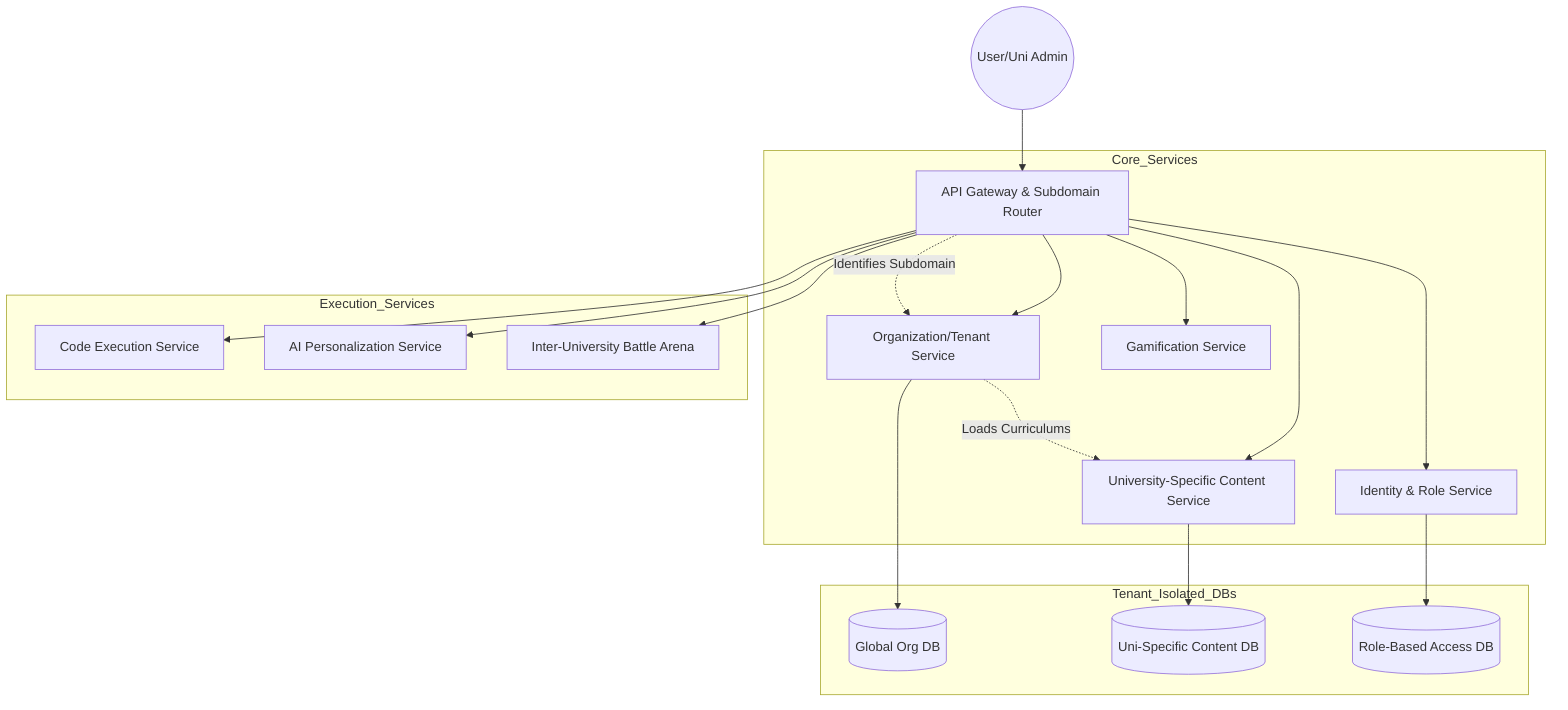
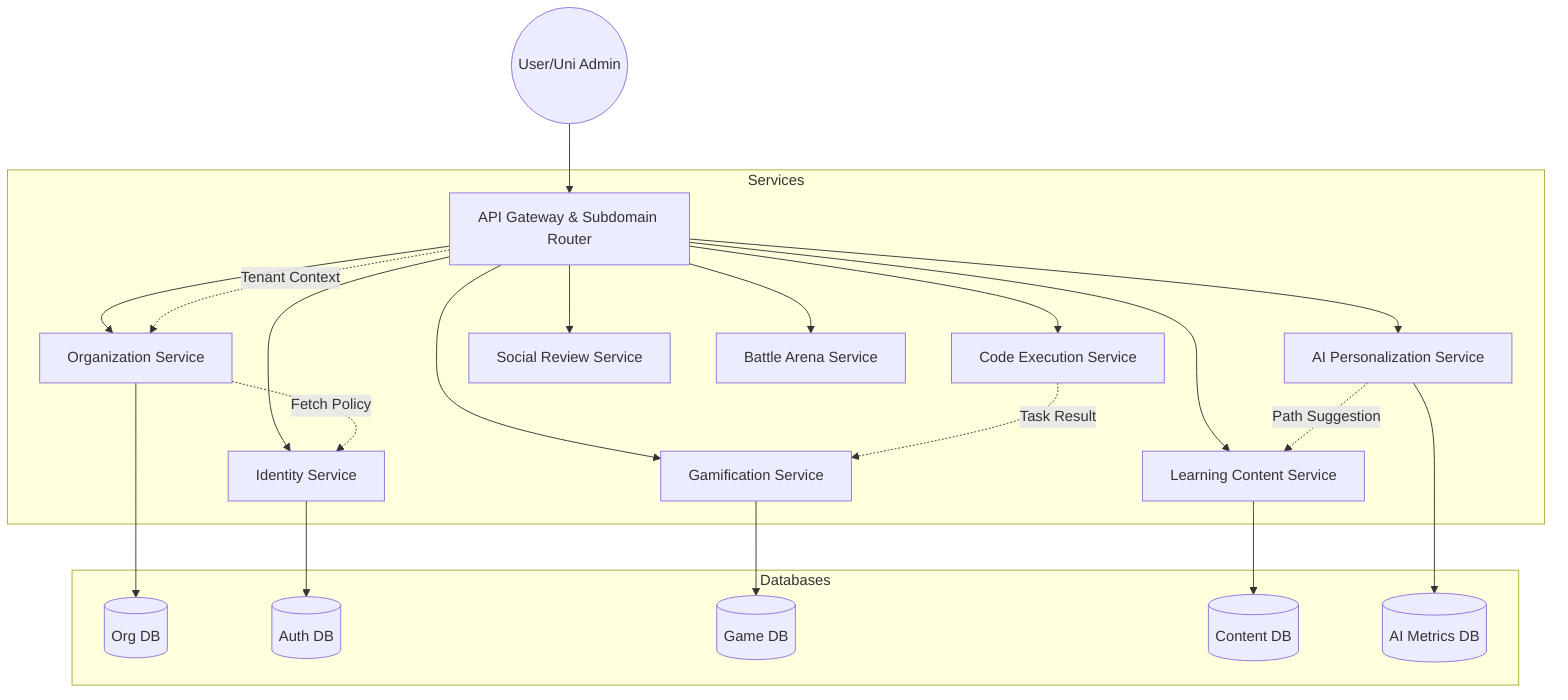
graph TD
  User((User/Uni Admin)) --> Gateway[API Gateway & Subdomain Router]

-   subgraph Core_Services
-     Gateway --> Org[Organization/Tenant Service]
-     Gateway --> Auth[Identity & Role Service]
-     Gateway --> Content[University-Specific Content Service]
+   subgraph Services
+     Gateway --> Org[Organization Service]
+     Gateway --> Auth[Identity Service]
    Gateway --> Gami[Gamification Service]
+     Gateway --> Content[Learning Content Service]
+     Gateway --> Sandbox[Code Execution Service]
+     Gateway --> AI[AI Personalization Service]
+     Gateway --> Social[Social Review Service]
+     Gateway --> Arena[Battle Arena Service]
  end

-   subgraph Execution_Services
-     Gateway --> Sandbox[Code Execution Service]
-     Gateway --> AI[AI Personalization Service]
-     Gateway --> Arena[Inter-University Battle Arena]
+   subgraph Databases
+     Org --> DB1[(Org DB)]
+     Auth --> DB2[(Auth DB)]
+     Gami --> DB3[(Game DB)]
+     Content --> DB4[(Content DB)]
+     AI --> DB5[(AI Metrics DB)]
  end

-   subgraph Tenant_Isolated_DBs
-     Org --> DBOrg[(Global Org DB)]
-     Content --> DB3[(Uni-Specific Content DB)]
-     Auth --> DB1[(Role-Based Access DB)]
-   end
- 
-   %% Logic
-   Gateway -.->|Identifies Subdomain| Org
-   Org -.->|Loads Curriculums| Content
+   %% Interactions
+   Gateway -.->|Tenant Context| Org
+   Org -.->|Fetch Policy| Auth
+   Sandbox -.->|Task Result| Gami
+   AI -.->|Path Suggestion| Content
